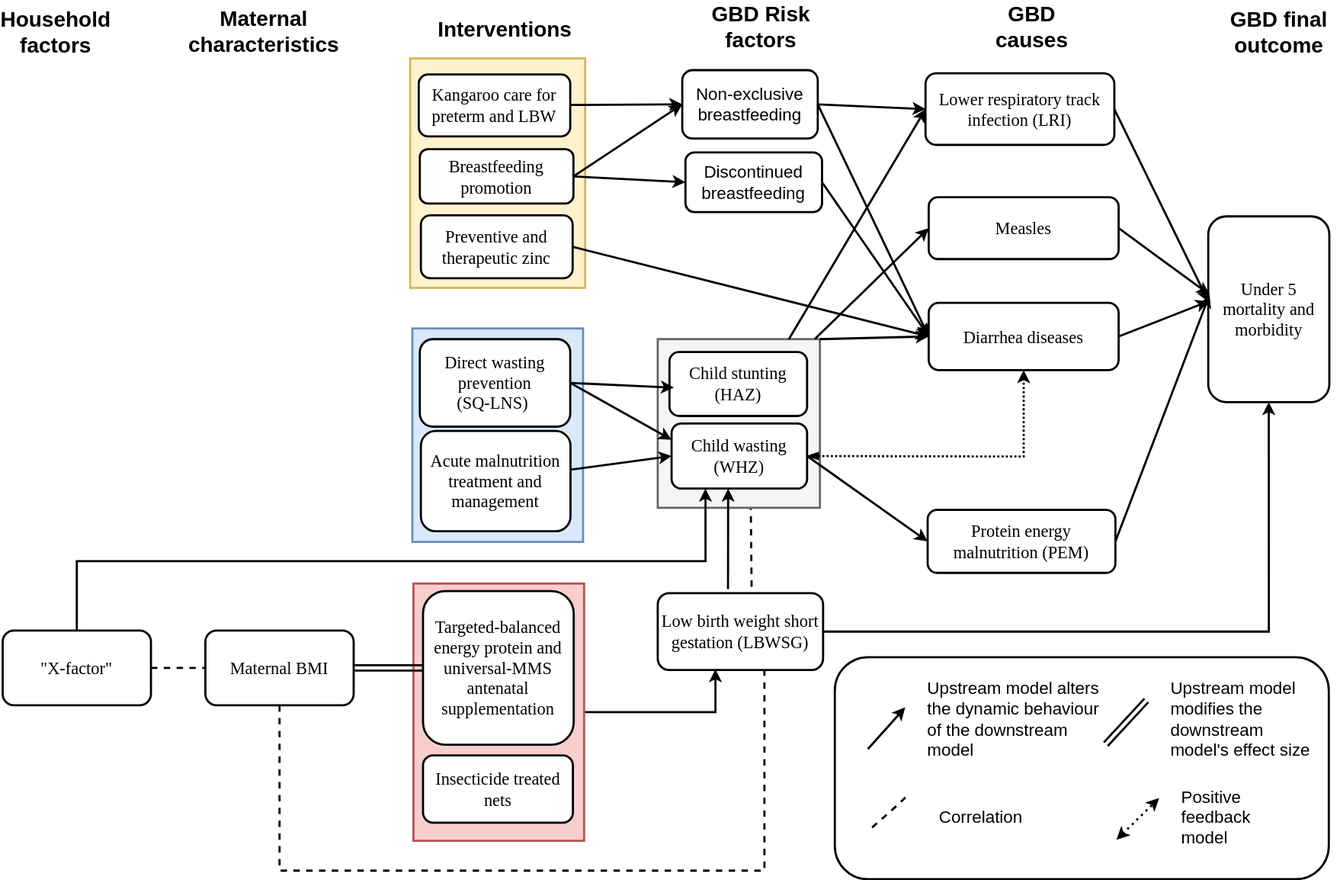
Above: docs/source/concept_models/vivarium_ciff_sam/am_concept_model_diagram.svg in ihmeuw/vivarium_research (draw.io), before the change. Source tidied: cells renumbered, new cells last; positions are measured from the earlier drawing's top-left corner, leaving out a move shared by most shapes.
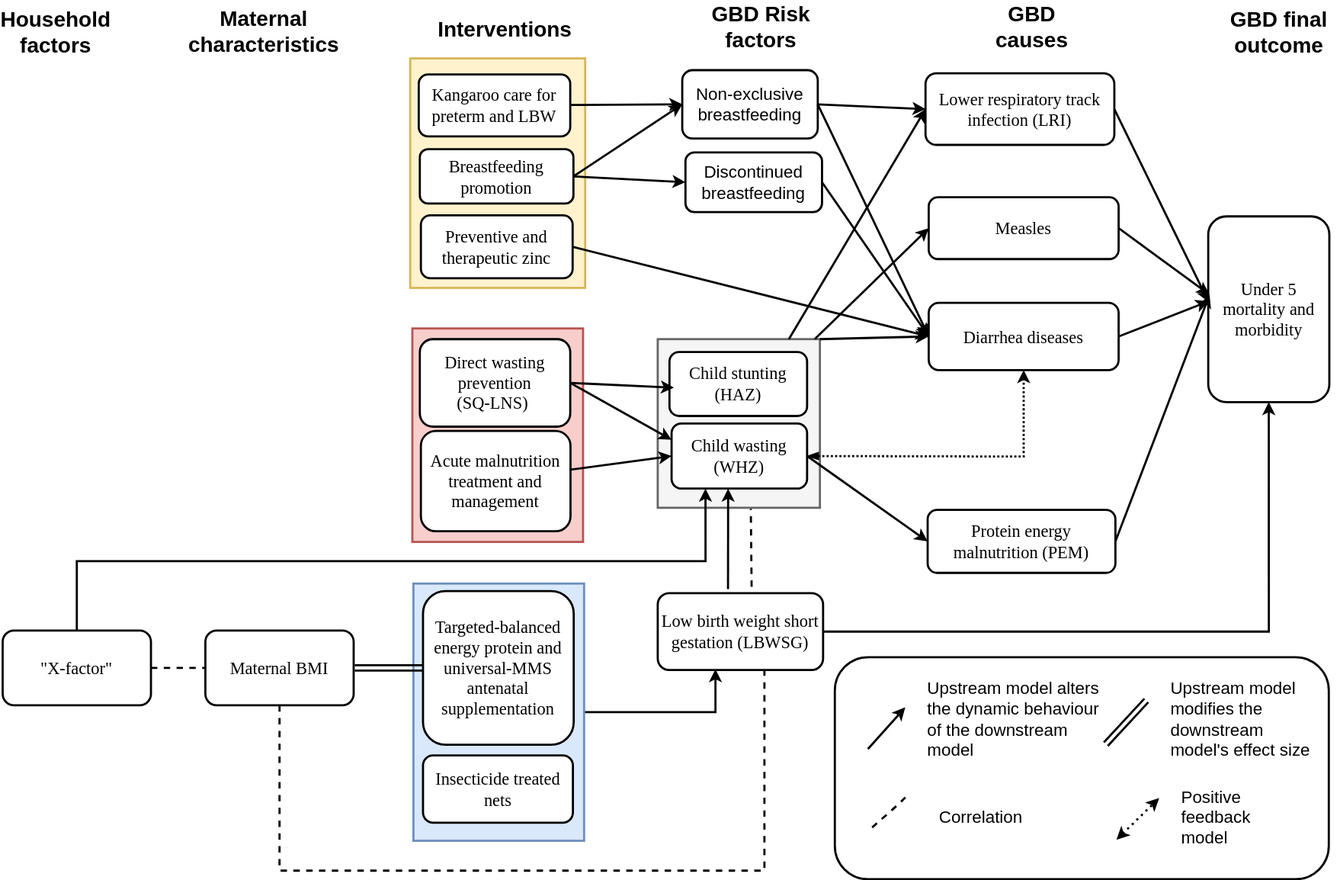
After the change.

Commit message:
fix blue and salmon colors in concept model diagram

The edit, as a diff of the source:
```diff
@@ -20,13 +20,13 @@
     <mxCell id="5" style="rounded=0;whiteSpace=wrap;html=1;fontSize=16;strokeWidth=2;fillColor=#fff2cc;strokeColor=#d6b656;" parent="1" vertex="1">
       <mxGeometry x="382" y="40" width="164" height="215" as="geometry" />
     </mxCell>
-    <mxCell id="6" style="rounded=0;whiteSpace=wrap;html=1;fontSize=16;strokeWidth=2;fillColor=#dae8fc;strokeColor=#6c8ebf;" parent="1" vertex="1">
+    <mxCell id="6" style="rounded=0;whiteSpace=wrap;html=1;fontSize=16;strokeWidth=2;fillColor=#f8cecc;strokeColor=#b85450;" parent="1" vertex="1">
       <mxGeometry x="384" y="293" width="160" height="200" as="geometry" />
     </mxCell>
     <mxCell id="7" style="edgeStyle=orthogonalEdgeStyle;rounded=0;jettySize=auto;html=1;entryX=0.349;entryY=0.989;entryDx=0;entryDy=0;fontSize=16;entryPerimeter=0;strokeWidth=2;" parent="1" edge="1" source="8" target="11">
       <mxGeometry relative="1" as="geometry" />
     </mxCell>
-    <mxCell id="8" style="rounded=0;whiteSpace=wrap;html=1;fontSize=16;strokeWidth=2;fillColor=#f8cecc;strokeColor=#b85450;" parent="1" vertex="1">
+    <mxCell id="8" style="rounded=0;whiteSpace=wrap;html=1;fontSize=16;strokeWidth=2;fillColor=#dae8fc;strokeColor=#6c8ebf;" parent="1" vertex="1">
       <mxGeometry x="385" y="532" width="160" height="241" as="geometry" />
     </mxCell>
     <mxCell id="9" value="&lt;font style=&quot;font-size: 16px;&quot;&gt;Child wasting (WHZ)&lt;/font&gt;" style="rounded=1;whiteSpace=wrap;html=1;shadow=0;labelBackgroundColor=none;strokeWidth=2;fontFamily=Verdana;fontSize=16;align=center;" parent="1" vertex="1">
```
